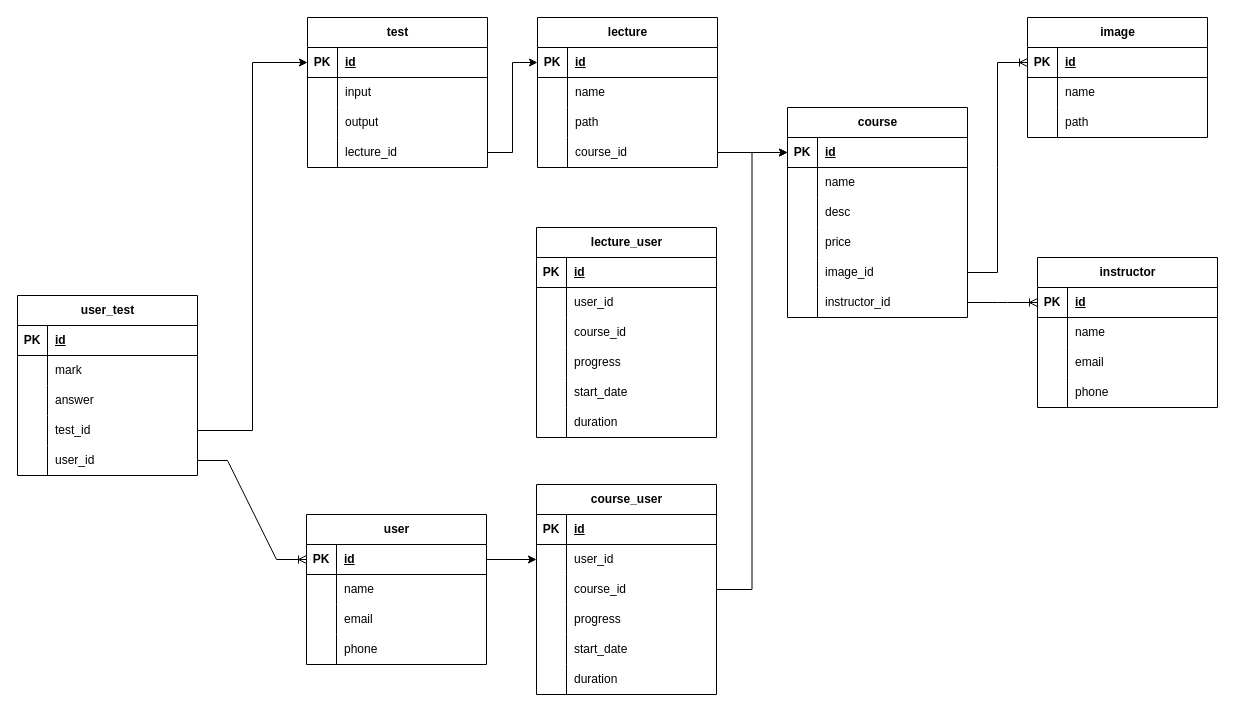
Before: Lms.drawio in andrew-atef/andrew-atef, a draw.io diagram. Source tidied: cells renumbered, new cells numbered last; positions are measured from the earlier drawing's top-left corner, leaving out a move shared by most shapes. Both pictures are drawn from the tidied source at 100%, with x=0, y=0 at pixel (17, 17).
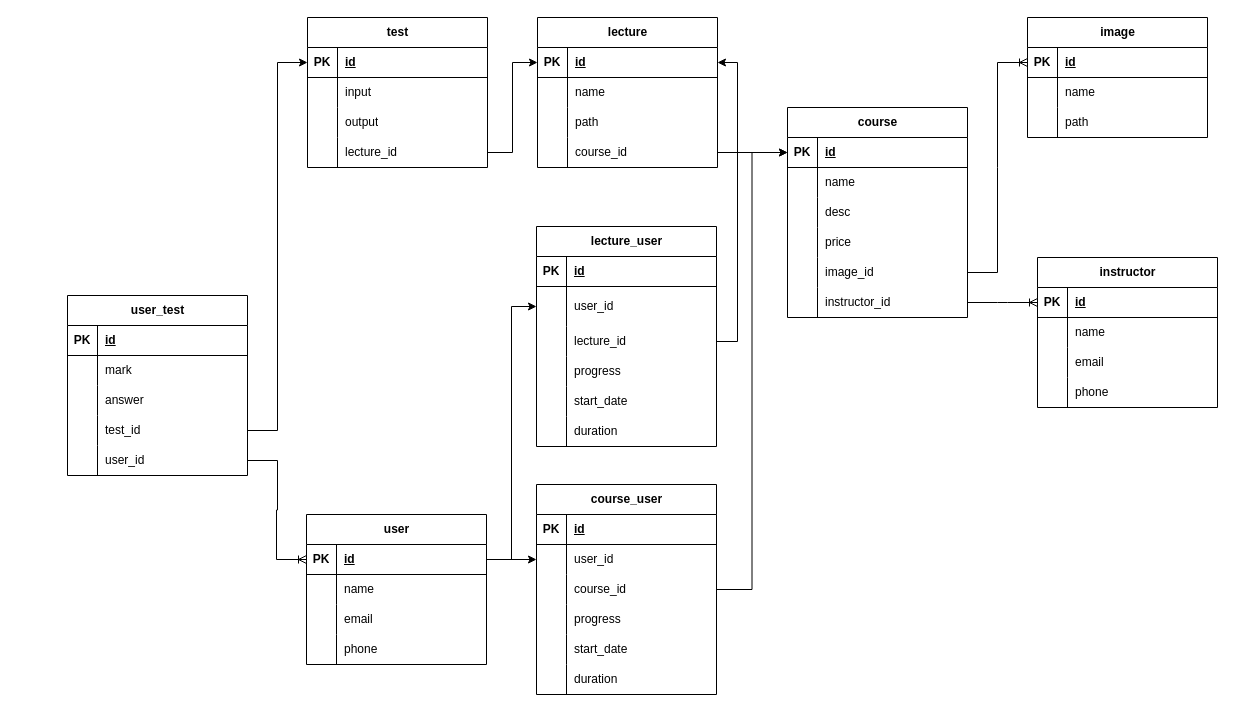
After the change.

The change refers to these unchanged cells:
```xml
<mxCell id="3" style="shape=tableRow;horizontal=0;startSize=0;swimlaneHead=0;swimlaneBody=0;fillColor=none;points=[[0,0.5],[1,0.5]];portConstraint=eastwest;top=0;left=0;right=0;bottom=1;" parent="2" vertex="1">
  <mxGeometry y="30" width="180" height="30" as="geometry" />
</mxCell>
<mxCell id="58" style="shape=tableRow;horizontal=0;startSize=0;swimlaneHead=0;swimlaneBody=0;fillColor=none;points=[[0,0.5],[1,0.5]];portConstraint=eastwest;top=0;left=0;right=0;bottom=1;" parent="57" vertex="1">
  <mxGeometry y="30" width="180" height="30" as="geometry" />
</mxCell>
```

Diff of the diagram source:
```diff
@@
     <mxCell id="87" value="user_test" style="shape=table;startSize=30;childLayout=tableLayout;rowLines=0;fontStyle=1;align=center;html=1;" parent="1" vertex="1">
-      <mxGeometry y="278" width="180" height="180" as="geometry" />
+      <mxGeometry x="50" y="278" width="180" height="180" as="geometry" />
     </mxCell>
@@
     <mxCell id="126" value="lecture_user" style="shape=table;startSize=30;childLayout=tableLayout;rowLines=0;fontStyle=1;align=center;html=1;" parent="1" vertex="1">
-      <mxGeometry x="519" y="210" width="180" height="210" as="geometry" />
+      <mxGeometry x="519" y="209" width="180" height="220" as="geometry" />
     </mxCell>
@@
     <mxCell id="130" style="shape=tableRow;horizontal=0;startSize=0;swimlaneHead=0;swimlaneBody=0;fillColor=none;points=[[0,0.5],[1,0.5]];portConstraint=eastwest;top=0;left=0;right=0;bottom=0;" parent="126" vertex="1">
-      <mxGeometry y="60" width="180" height="30" as="geometry" />
+      <mxGeometry y="60" width="180" height="40" as="geometry" />
     </mxCell>
     <mxCell id="131" style="shape=partialRectangle;fillColor=none;top=0;left=0;bottom=0;right=0;overflow=hidden;whiteSpace=wrap;html=1;" parent="130" vertex="1">
-      <mxGeometry width="30" height="30" as="geometry" />
+      <mxGeometry width="30" height="40" as="geometry" />
     </mxCell>
     <mxCell id="132" value="user_id" style="shape=partialRectangle;fillColor=none;top=0;left=0;bottom=0;right=0;align=left;spacingLeft=6;overflow=hidden;whiteSpace=wrap;html=1;" parent="130" vertex="1">
-      <mxGeometry x="30" width="150" height="30" as="geometry" />
+      <mxGeometry x="30" width="150" height="40" as="geometry" />
     </mxCell>
     <mxCell id="133" style="shape=tableRow;horizontal=0;startSize=0;swimlaneHead=0;swimlaneBody=0;fillColor=none;points=[[0,0.5],[1,0.5]];portConstraint=eastwest;top=0;left=0;right=0;bottom=0;" parent="126" vertex="1">
-      <mxGeometry y="90" width="180" height="30" as="geometry" />
+      <mxGeometry y="100" width="180" height="30" as="geometry" />
     </mxCell>
@@
-    <mxCell id="135" value="course_id" style="shape=partialRectangle;fillColor=none;top=0;left=0;bottom=0;right=0;align=left;spacingLeft=6;overflow=hidden;whiteSpace=wrap;html=1;" parent="133" vertex="1">
+    <mxCell id="135" value="lecture_id" style="shape=partialRectangle;fillColor=none;top=0;left=0;bottom=0;right=0;align=left;spacingLeft=6;overflow=hidden;whiteSpace=wrap;html=1;" parent="133" vertex="1">
       <mxGeometry x="30" width="150" height="30" as="geometry" />
     </mxCell>
     <mxCell id="136" style="shape=tableRow;horizontal=0;startSize=0;swimlaneHead=0;swimlaneBody=0;fillColor=none;top=0;left=0;right=0;bottom=0;" parent="126" vertex="1">
-      <mxGeometry y="120" width="180" height="30" as="geometry" />
+      <mxGeometry y="130" width="180" height="30" as="geometry" />
     </mxCell>
@@
     <mxCell id="139" style="shape=tableRow;horizontal=0;startSize=0;swimlaneHead=0;swimlaneBody=0;fillColor=none;top=0;left=0;right=0;bottom=0;" parent="126" vertex="1">
-      <mxGeometry y="150" width="180" height="30" as="geometry" />
+      <mxGeometry y="160" width="180" height="30" as="geometry" />
     </mxCell>
@@
     <mxCell id="142" style="shape=tableRow;horizontal=0;startSize=0;swimlaneHead=0;swimlaneBody=0;fillColor=none;top=0;left=0;right=0;bottom=0;" parent="126" vertex="1">
-      <mxGeometry y="180" width="180" height="30" as="geometry" />
+      <mxGeometry y="190" width="180" height="30" as="geometry" />
     </mxCell>
@@
+    <mxCell id="145" style="edgeStyle=orthogonalEdgeStyle;rounded=0;jettySize=auto;html=1;exitX=1;exitY=0.5;exitDx=0;exitDy=0;entryX=0;entryY=0.5;entryDx=0;entryDy=0;" parent="1" edge="1" source="3" target="130">
+      <mxGeometry relative="1" as="geometry" />
+    </mxCell>
+    <mxCell id="146" style="edgeStyle=orthogonalEdgeStyle;rounded=0;jettySize=auto;html=1;exitX=1;exitY=0.5;exitDx=0;exitDy=0;entryX=1;entryY=0.5;entryDx=0;entryDy=0;" parent="1" edge="1" source="133" target="58">
+      <mxGeometry relative="1" as="geometry" />
+    </mxCell>
```
